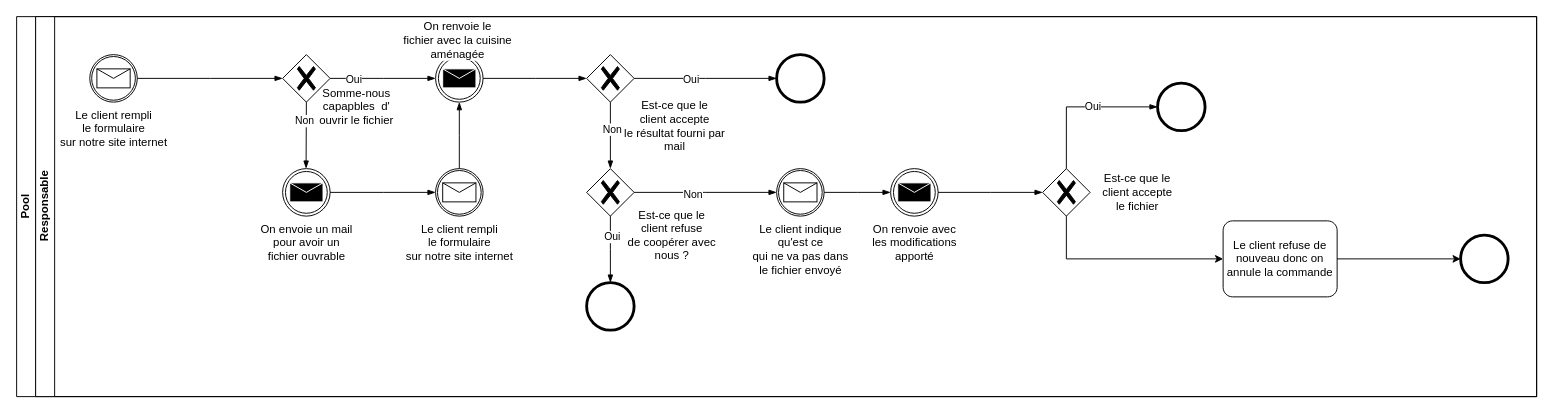
Earlier version of the draw.io diagram Livraison.drawio (quemet/Draw.io). Source tidied: cells renumbered, new cells numbered last; positions are measured from the earlier drawing's top-left corner, leaving out a move shared by most shapes. Both pictures are drawn from the tidied source at 95%, with x=0, y=0 at pixel (16, 16).
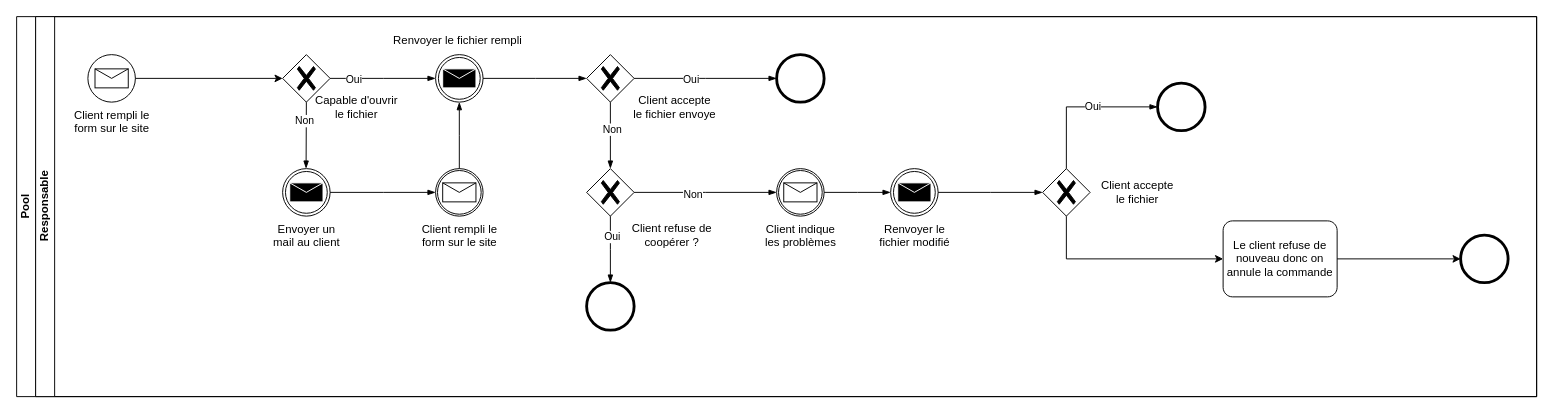
After the change.

Commit message:
Mettre à jour Livraison.drawio

Unchanged cells that the change refers to:
```xml
<mxCell id="3" value="Responsable" style="swimlane;html=1;startSize=20;horizontal=0;" parent="1" vertex="1">
  <mxGeometry x="20" width="1580" height="400" as="geometry" />
</mxCell>
<mxCell id="16" style="points=[[0.25,0.25,0],[0.5,0,0],[0.75,0.25,0],[1,0.5,0],[0.75,0.75,0],[0.5,1,0],[0.25,0.75,0],[0,0.5,0]];shape=mxgraph.bpmn.gateway2;html=1;verticalLabelPosition=bottom;labelBackgroundColor=#ffffff;verticalAlign=top;align=center;perimeter=rhombusPerimeter;outlineConnect=0;outline=none;symbol=none;gwType=exclusive;" parent="3" vertex="1">
  <mxGeometry x="260" y="40" width="50" height="50" as="geometry" />
</mxCell>
```

Diff of the diagram source:
```diff
@@
-    <mxCell id="5" value="Le client rempli &lt;br&gt;le formulaire &lt;br&gt;sur notre site internet" style="points=[[0.145,0.145,0],[0.5,0,0],[0.855,0.145,0],[1,0.5,0],[0.855,0.855,0],[0.5,1,0],[0.145,0.855,0],[0,0.5,0]];shape=mxgraph.bpmn.event;html=1;verticalLabelPosition=bottom;labelBackgroundColor=#ffffff;verticalAlign=top;align=center;perimeter=ellipsePerimeter;outlineConnect=0;outline=catching;symbol=message;" parent="3" vertex="1">
-      <mxGeometry x="57" y="40" width="50" height="50" as="geometry" />
-    </mxCell>
@@
-    <mxCell id="10" value="Le client indique &lt;br&gt;qu'est ce&lt;br&gt;qui ne va pas dans &lt;br&gt;le fichier envoyé" style="points=[[0.145,0.145,0],[0.5,0,0],[0.855,0.145,0],[1,0.5,0],[0.855,0.855,0],[0.5,1,0],[0.145,0.855,0],[0,0.5,0]];shape=mxgraph.bpmn.event;html=1;verticalLabelPosition=bottom;labelBackgroundColor=#ffffff;verticalAlign=top;align=center;perimeter=ellipsePerimeter;outlineConnect=0;outline=catching;symbol=message;" parent="3" vertex="1">
+    <mxCell id="10" value="Client indique &lt;br&gt;les problèmes" style="points=[[0.145,0.145,0],[0.5,0,0],[0.855,0.145,0],[1,0.5,0],[0.855,0.855,0],[0.5,1,0],[0.145,0.855,0],[0,0.5,0]];shape=mxgraph.bpmn.event;html=1;verticalLabelPosition=bottom;labelBackgroundColor=#ffffff;verticalAlign=top;align=center;perimeter=ellipsePerimeter;outlineConnect=0;outline=catching;symbol=message;" parent="3" vertex="1">
       <mxGeometry x="780" y="160" width="50" height="50" as="geometry" />
     </mxCell>
-    <mxCell id="11" value="On renvoie avec &lt;br&gt;les modifications &lt;br&gt;apporté" style="points=[[0.145,0.145,0],[0.5,0,0],[0.855,0.145,0],[1,0.5,0],[0.855,0.855,0],[0.5,1,0],[0.145,0.855,0],[0,0.5,0]];shape=mxgraph.bpmn.event;html=1;verticalLabelPosition=bottom;labelBackgroundColor=#ffffff;verticalAlign=top;align=center;perimeter=ellipsePerimeter;outlineConnect=0;outline=throwing;symbol=message;" parent="3" vertex="1">
+    <mxCell id="11" value="Renvoyer le &lt;br&gt;fichier modifié" style="points=[[0.145,0.145,0],[0.5,0,0],[0.855,0.145,0],[1,0.5,0],[0.855,0.855,0],[0.5,1,0],[0.145,0.855,0],[0,0.5,0]];shape=mxgraph.bpmn.event;html=1;verticalLabelPosition=bottom;labelBackgroundColor=#ffffff;verticalAlign=top;align=center;perimeter=ellipsePerimeter;outlineConnect=0;outline=throwing;symbol=message;" parent="3" vertex="1">
       <mxGeometry x="900" y="160" width="50" height="50" as="geometry" />
     </mxCell>
@@
-    <mxCell id="17" value="On envoie un mail &lt;br&gt;pour avoir un &lt;br&gt;fichier ouvrable" style="points=[[0.145,0.145,0],[0.5,0,0],[0.855,0.145,0],[1,0.5,0],[0.855,0.855,0],[0.5,1,0],[0.145,0.855,0],[0,0.5,0]];shape=mxgraph.bpmn.event;html=1;verticalLabelPosition=bottom;labelBackgroundColor=#ffffff;verticalAlign=top;align=center;perimeter=ellipsePerimeter;outlineConnect=0;outline=throwing;symbol=message;" parent="3" vertex="1">
+    <mxCell id="17" value="Envoyer un &lt;br&gt;mail au client" style="points=[[0.145,0.145,0],[0.5,0,0],[0.855,0.145,0],[1,0.5,0],[0.855,0.855,0],[0.5,1,0],[0.145,0.855,0],[0,0.5,0]];shape=mxgraph.bpmn.event;html=1;verticalLabelPosition=bottom;labelBackgroundColor=#ffffff;verticalAlign=top;align=center;perimeter=ellipsePerimeter;outlineConnect=0;outline=throwing;symbol=message;" parent="3" vertex="1">
       <mxGeometry x="260" y="160" width="50" height="50" as="geometry" />
     </mxCell>
-    <mxCell id="18" style="edgeStyle=elbowEdgeStyle;fontSize=12;html=1;endArrow=blockThin;endFill=1;rounded=0;exitX=1;exitY=0.5;exitDx=0;exitDy=0;exitPerimeter=0;entryX=0;entryY=0.5;entryDx=0;entryDy=0;entryPerimeter=0;" parent="3" edge="1" source="5" target="16">
-      <mxGeometry relative="1" as="geometry" />
-    </mxCell>
@@
-    <mxCell id="36" value="Est-ce que le&lt;br style=&quot;border-color: var(--border-color);&quot;&gt;&lt;span style=&quot;background-color: rgb(255, 255, 255);&quot;&gt;client accepte&lt;/span&gt;&lt;br style=&quot;border-color: var(--border-color);&quot;&gt;&lt;span style=&quot;background-color: rgb(255, 255, 255);&quot;&gt;le résultat fourni par mail&lt;/span&gt;" style="text;html=1;strokeColor=none;fillColor=none;align=center;verticalAlign=middle;whiteSpace=wrap;rounded=0;" parent="3" vertex="1">
-      <mxGeometry x="608" y="100" width="130" height="30" as="geometry" />
+    <mxCell id="36" value="Client accepte &lt;br&gt;le fichier envoye" style="text;html=1;strokeColor=none;fillColor=none;align=center;verticalAlign=middle;whiteSpace=wrap;rounded=0;" parent="3" vertex="1">
+      <mxGeometry x="608" y="80" width="130" height="30" as="geometry" />
     </mxCell>
-    <mxCell id="37" value="Est-ce que le client refuse&lt;br style=&quot;border-color: var(--border-color);&quot;&gt;&lt;span style=&quot;background-color: rgb(255, 255, 255);&quot;&gt;de coopérer avec nous ?&lt;/span&gt;" style="text;html=1;strokeColor=none;fillColor=none;align=center;verticalAlign=middle;whiteSpace=wrap;rounded=0;" parent="3" vertex="1">
+    <mxCell id="37" value="Client refuse de coopérer ?" style="text;html=1;strokeColor=none;fillColor=none;align=center;verticalAlign=middle;whiteSpace=wrap;rounded=0;" parent="3" vertex="1">
       <mxGeometry x="620" y="200" width="100" height="60" as="geometry" />
     </mxCell>
-    <mxCell id="38" value="Est-ce que le client accepte le fichier" style="text;html=1;strokeColor=none;fillColor=none;align=center;verticalAlign=middle;whiteSpace=wrap;rounded=0;" parent="3" vertex="1">
+    <mxCell id="38" value="Client accepte le fichier" style="text;html=1;strokeColor=none;fillColor=none;align=center;verticalAlign=middle;whiteSpace=wrap;rounded=0;" parent="3" vertex="1">
       <mxGeometry x="1120" y="170" width="80" height="30" as="geometry" />
     </mxCell>
-    <mxCell id="39" value="Le client rempli &lt;br&gt;le formulaire &lt;br&gt;sur notre site internet" style="points=[[0.145,0.145,0],[0.5,0,0],[0.855,0.145,0],[1,0.5,0],[0.855,0.855,0],[0.5,1,0],[0.145,0.855,0],[0,0.5,0]];shape=mxgraph.bpmn.event;html=1;verticalLabelPosition=bottom;labelBackgroundColor=#ffffff;verticalAlign=top;align=center;perimeter=ellipsePerimeter;outlineConnect=0;outline=catching;symbol=message;" parent="3" vertex="1">
+    <mxCell id="39" value="Client rempli le &lt;br&gt;form sur le site" style="points=[[0.145,0.145,0],[0.5,0,0],[0.855,0.145,0],[1,0.5,0],[0.855,0.855,0],[0.5,1,0],[0.145,0.855,0],[0,0.5,0]];shape=mxgraph.bpmn.event;html=1;verticalLabelPosition=bottom;labelBackgroundColor=#ffffff;verticalAlign=top;align=center;perimeter=ellipsePerimeter;outlineConnect=0;outline=catching;symbol=message;" parent="3" vertex="1">
       <mxGeometry x="421" y="160" width="50" height="50" as="geometry" />
     </mxCell>
@@
-    <mxCell id="42" value="On renvoie le&lt;br style=&quot;border-color: var(--border-color);&quot;&gt;&lt;span style=&quot;background-color: rgb(255, 255, 255);&quot;&gt;fichier avec la cuisine&lt;/span&gt;&lt;br style=&quot;border-color: var(--border-color);&quot;&gt;&lt;span style=&quot;background-color: rgb(255, 255, 255);&quot;&gt;aménagée&lt;/span&gt;" style="text;html=1;strokeColor=none;fillColor=none;align=center;verticalAlign=middle;whiteSpace=wrap;rounded=0;" parent="3" vertex="1">
+    <mxCell id="42" value="Renvoyer le fichier rempli" style="text;html=1;strokeColor=none;fillColor=none;align=center;verticalAlign=middle;whiteSpace=wrap;rounded=0;" parent="3" vertex="1">
       <mxGeometry x="374.5" width="138.5" height="50" as="geometry" />
     </mxCell>
-    <mxCell id="43" value="Somme-nous capapbles&amp;nbsp; d' ouvrir le fichier" style="text;html=1;strokeColor=none;fillColor=none;align=center;verticalAlign=middle;whiteSpace=wrap;rounded=0;" parent="3" vertex="1">
+    <mxCell id="43" value="Capable d'ouvrir le fichier" style="text;html=1;strokeColor=none;fillColor=none;align=center;verticalAlign=middle;whiteSpace=wrap;rounded=0;" parent="3" vertex="1">
       <mxGeometry x="293" y="80" width="90" height="30" as="geometry" />
     </mxCell>
@@
+    <mxCell id="46" value="Client rempli le &lt;br&gt;form sur le site" style="points=[[0.145,0.145,0],[0.5,0,0],[0.855,0.145,0],[1,0.5,0],[0.855,0.855,0],[0.5,1,0],[0.145,0.855,0],[0,0.5,0]];shape=mxgraph.bpmn.event;html=1;verticalLabelPosition=bottom;labelBackgroundColor=#ffffff;verticalAlign=top;align=center;perimeter=ellipsePerimeter;outlineConnect=0;outline=standard;symbol=message;" parent="3" vertex="1">
+      <mxGeometry x="55" y="40" width="50" height="50" as="geometry" />
+    </mxCell>
+    <mxCell id="47" style="endArrow=classic;html=1;rounded=0;exitX=1;exitY=0.5;exitDx=0;exitDy=0;exitPerimeter=0;entryX=0;entryY=0.5;entryDx=0;entryDy=0;entryPerimeter=0;" parent="3" edge="1" source="46" target="16">
+      <mxGeometry relative="1" as="geometry" />
+    </mxCell>
```
